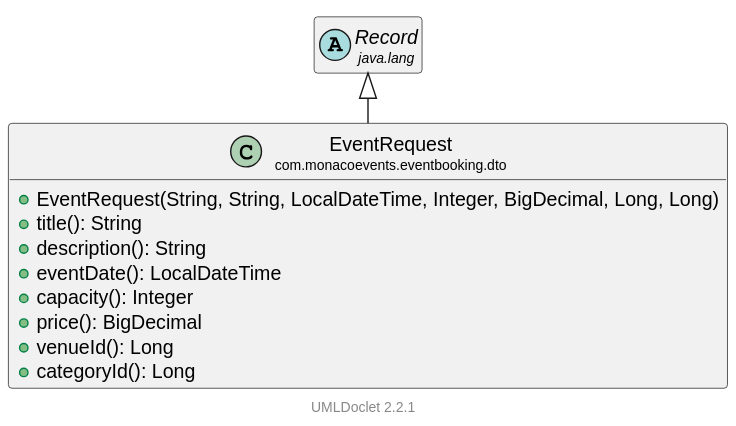
This is docs/uml/com/monacoevents/eventbooking/dto/EventRequest.svg from LorisDrid/event-booking-api, a PlantUML export, as it was before one commit.
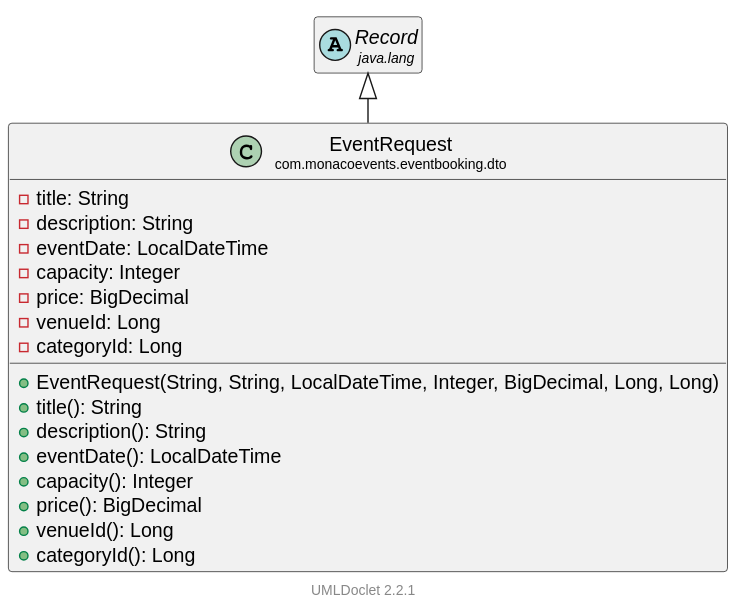
After the commit.

What changed in the source:
```diff
@@ -8,6 +8,13 @@
     hide empty methods
 
     class "<size:14>EventRequest\n<size:10>com.monacoevents.eventbooking.dto" as com.monacoevents.eventbooking.dto.EventRequest [[..\..\..\..\..\..\target\reports\apidocs\com\monacoevents\eventbooking\dto\EventRequest.html]] {
+        -title: String
+        -description: String
+        -eventDate: LocalDateTime
+        -capacity: Integer
+        -price: BigDecimal
+        -venueId: Long
+        -categoryId: Long
         +EventRequest(String, String, LocalDateTime, Integer, BigDecimal, Long, Long)
         +title(): String
         +description(): String
```
